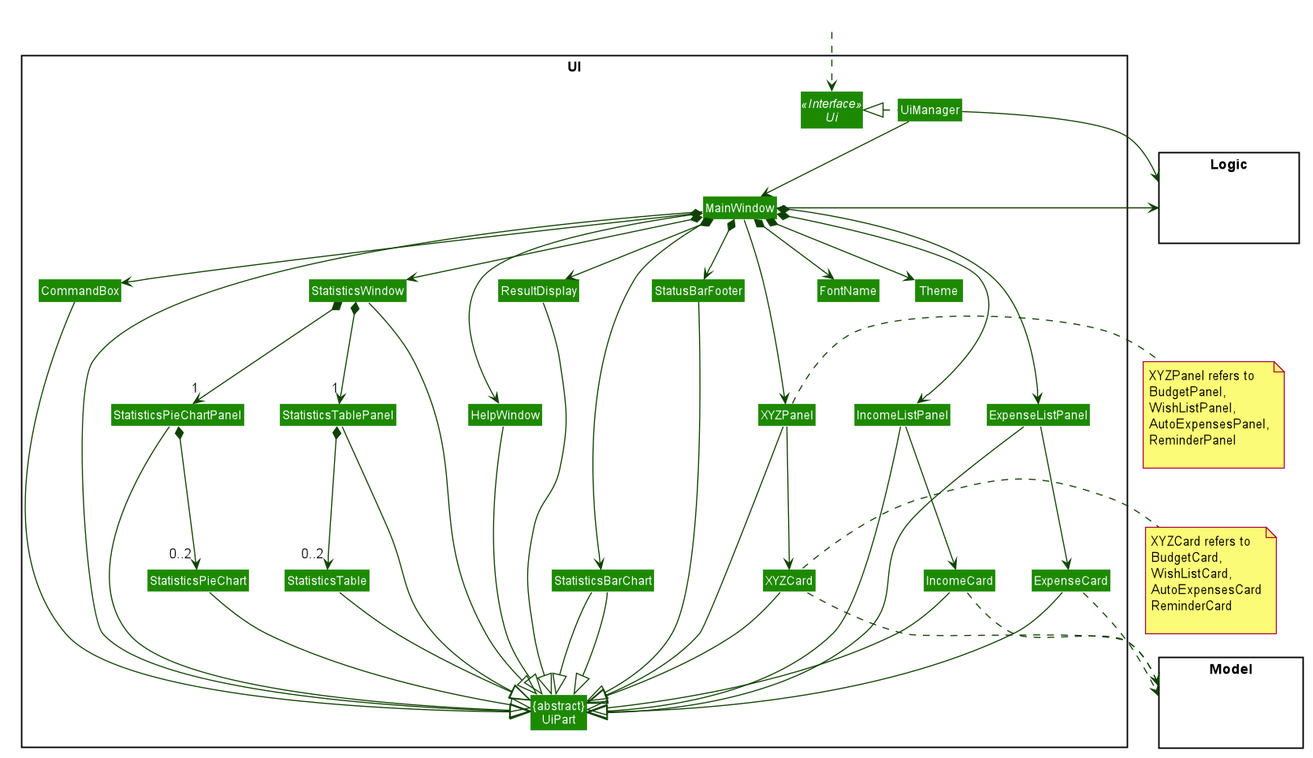
Above: images/UiClassDiagram.png in AY1920S1-CS2103-T16-4/main (PlantUML), before the change.
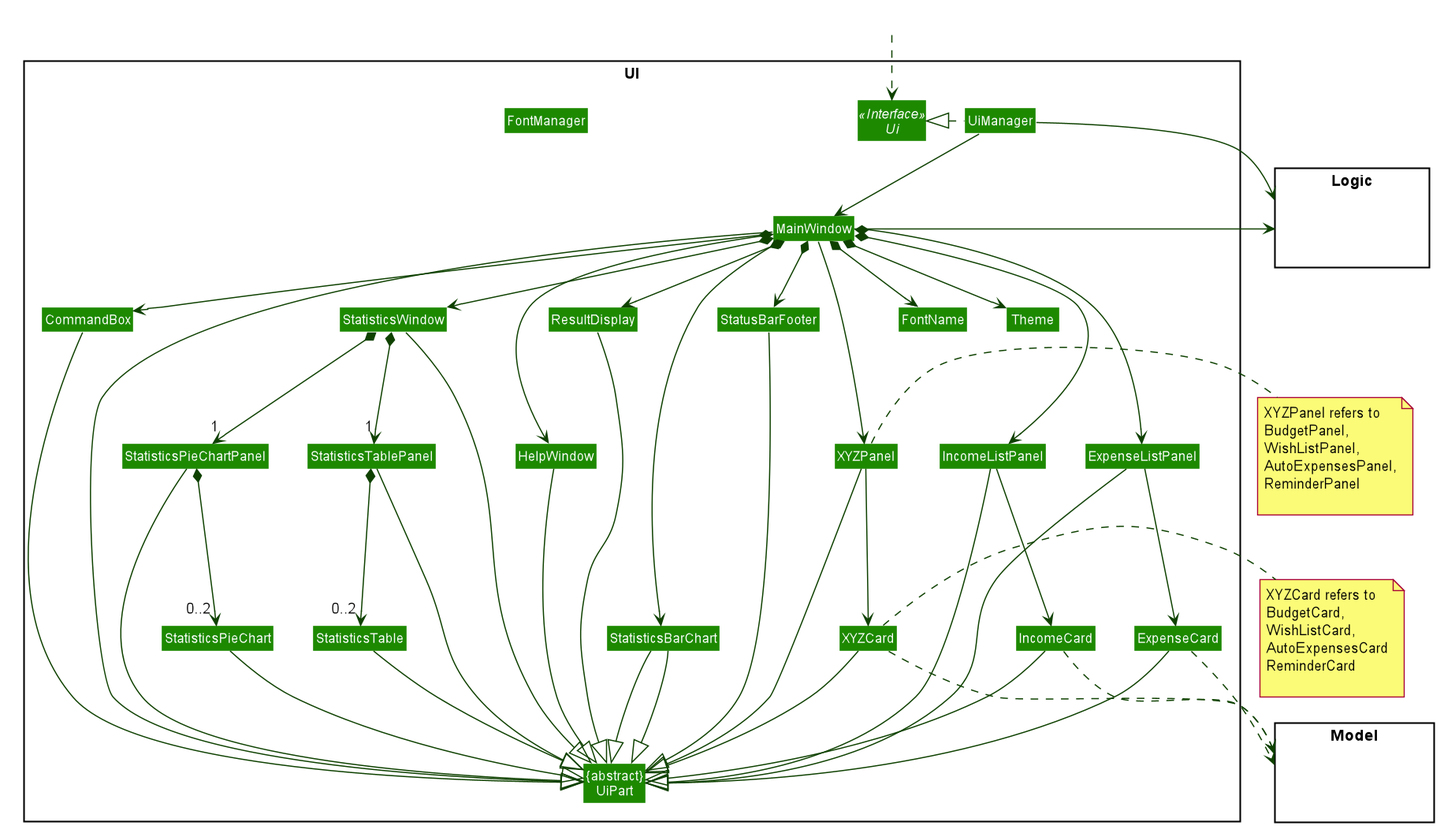
After the change.

Change to the diagram source:
```diff
@@ -69,6 +69,7 @@
 Class StatusBarFooter
 Class CommandBox
 Class FontName
+Class FontManager
 Class Theme
 Class StatisticsWindow
 Class StatisticsPieChartPanel
```
